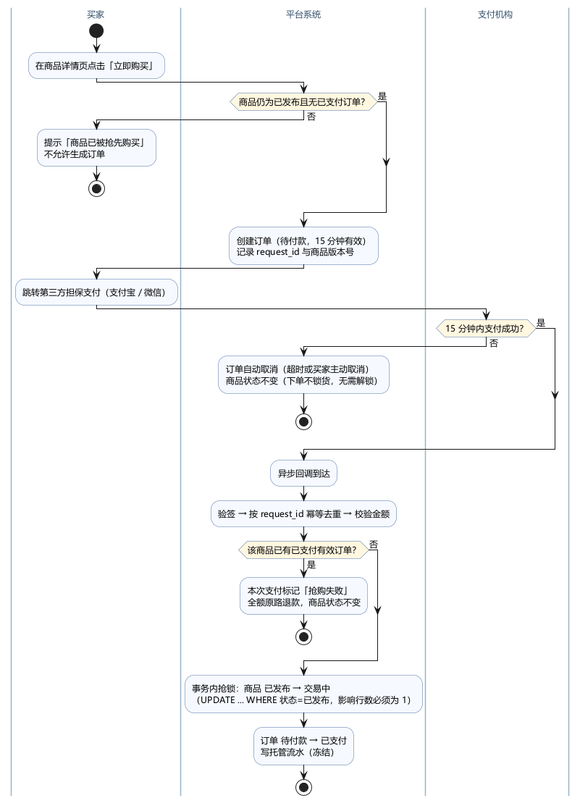
Above: lab02/UML/活动图1_下单与支付.png in XuHR233/SE-lab1-requirements (PlantUML), before the change.
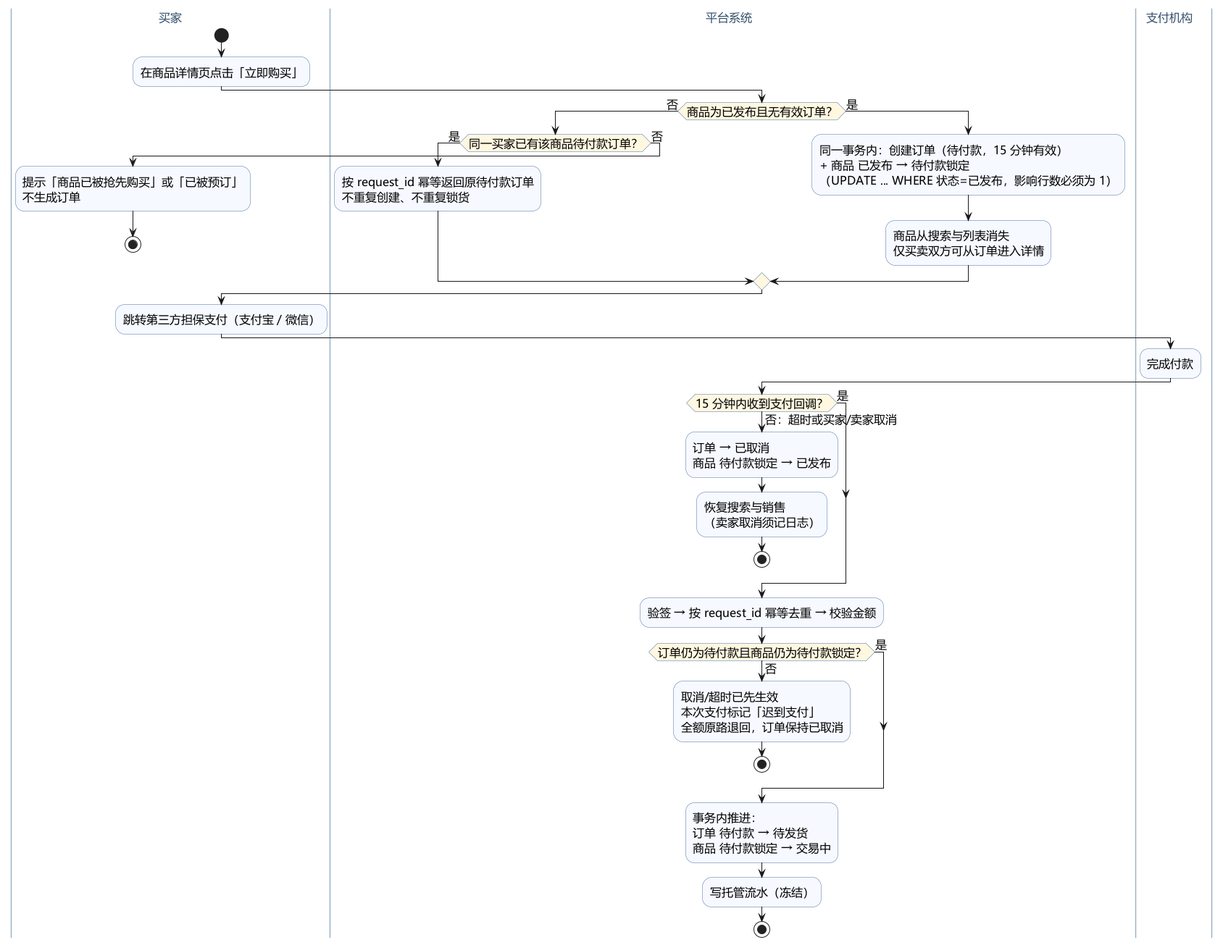
Later version of the same file.

Change to the diagram source:
```diff
@@ -1,17 +1,19 @@
 @startuml
 skinparam defaultFontName "Microsoft YaHei"
-skinparam defaultFontSize 12
+skinparam defaultFontSize 16
 skinparam shadowing false
-skinparam swimlaneWidth 175
+skinparam swimlaneWidth 220
 skinparam activity {
   BackgroundColor #F6F9FF
   BorderColor #4A6FA5
   DiamondBackgroundColor #FFF7E0
+  FontSize 16
 }
 skinparam swimlane {
   BorderColor #9BB2C8
   BackgroundColor #FCFDFF
   TitleFontColor #33506B
+  TitleFontSize 16
 }
 
 |买家|
@@ -19,37 +21,45 @@
 :在商品详情页点击「立即购买」;
 
 |平台系统|
-if (商品仍为已发布且无已支付订单？) then (否)
-  |买家|
-  :提示「商品已被抢先购买」\n不允许生成订单;
-  stop
+if (商品为已发布且无有效订单？) then (否)
+  |平台系统|
+  if (同一买家已有该商品待付款订单？) then (是)
+    :按 request_id 幂等返回原待付款订单\n不重复创建、不重复锁货;
+  else (否)
+    |买家|
+    :提示「商品已被抢先购买」或「已被预订」\n不生成订单;
+    stop
+  endif
 else (是)
+  |平台系统|
+  :同一事务内：创建订单（待付款，15 分钟有效）\n+ 商品 已发布 → 待付款锁定\n（UPDATE ... WHERE 状态=已发布，影响行数必须为 1）;
+  :商品从搜索与列表消失\n仅买卖双方可从订单进入详情;
 endif
-
-|平台系统|
-:创建订单（待付款，15 分钟有效）\n记录 request_id 与商品版本号;
 
 |买家|
 :跳转第三方担保支付（支付宝 / 微信）;
 
 |支付机构|
-if (15 分钟内支付成功？) then (否)
-  |平台系统|
-  :订单自动取消（超时或买家主动取消）\n商品状态不变（下单不锁货，无需解锁）;
+:完成付款;
+
+|平台系统|
+if (15 分钟内收到支付回调？) then (否：超时或买家/卖家取消)
+  :订单 → 已取消\n商品 待付款锁定 → 已发布;
+  :恢复搜索与销售\n（卖家取消须记日志）;
   stop
 else (是)
 endif
-:异步回调到达;
 
-|平台系统|
 :验签 → 按 request_id 幂等去重 → 校验金额;
-if (该商品已有已支付有效订单？) then (是)
-  :本次支付标记「抢购失败」\n全额原路退款，商品状态不变;
+
+if (订单仍为待付款且商品仍为待付款锁定？) then (否)
+  :取消/超时已先生效\n本次支付标记「迟到支付」\n全额原路退回，订单保持已取消;
   stop
-else (否)
+else (是)
 endif
-:事务内抢锁：商品 已发布 → 交易中\n（UPDATE ... WHERE 状态=已发布，影响行数必须为 1）;
-:订单 待付款 → 已支付\n写托管流水（冻结）;
+
+:事务内推进：\n订单 待付款 → 待发货\n商品 待付款锁定 → 交易中;
+:写托管流水（冻结）;
 stop
 
 @enduml
```
